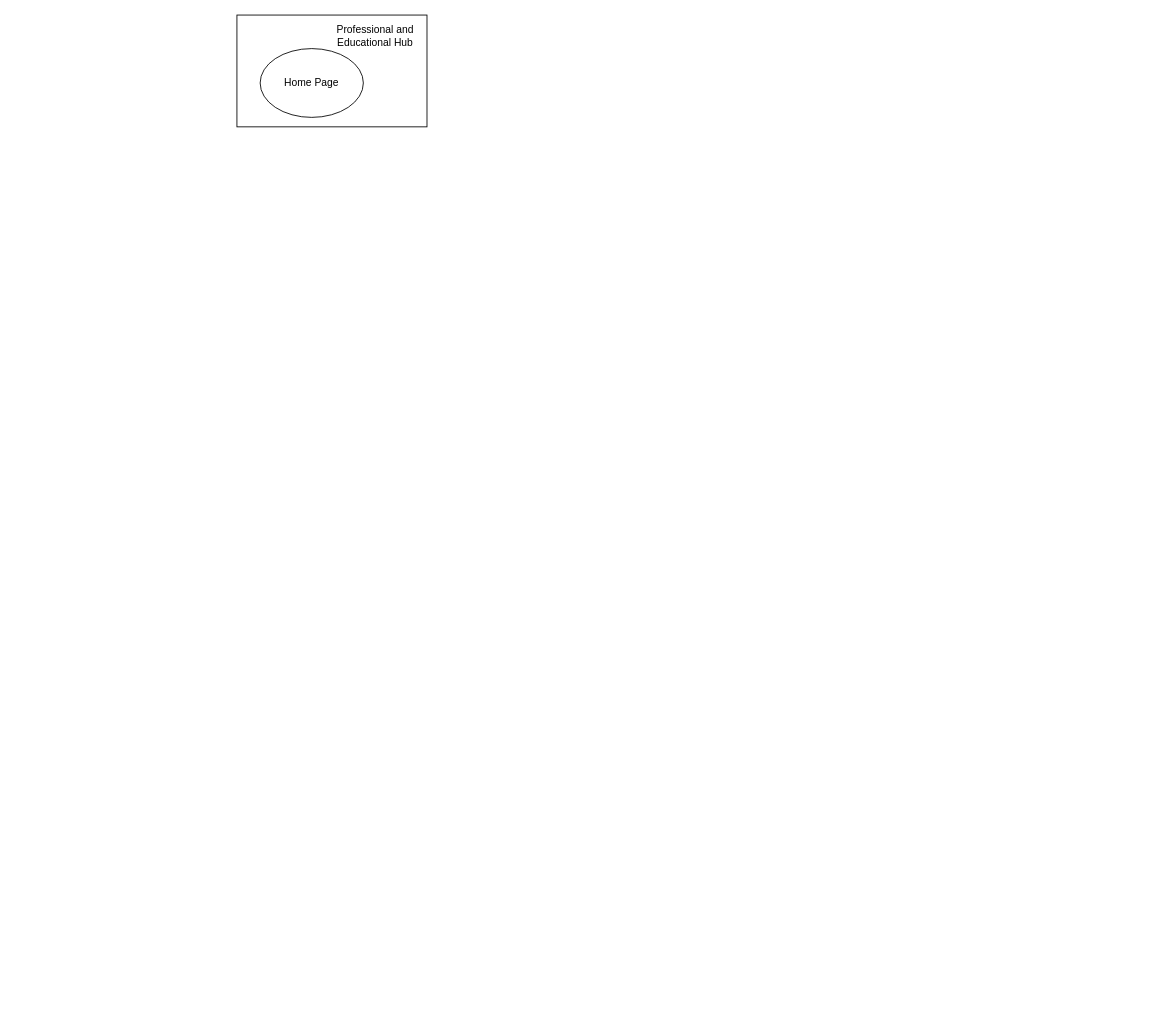
The draw.io diagram Untitled Diagram.drawio in msahid-cse/Low-level-design, before the edit. Source tidied: cells renumbered, new cells numbered last; positions are measured from the earlier drawing's top-left corner, leaving out a move shared by most shapes. Both pictures are drawn from the tidied source at 86%, with x=0, y=0 at pixel (236, 15).
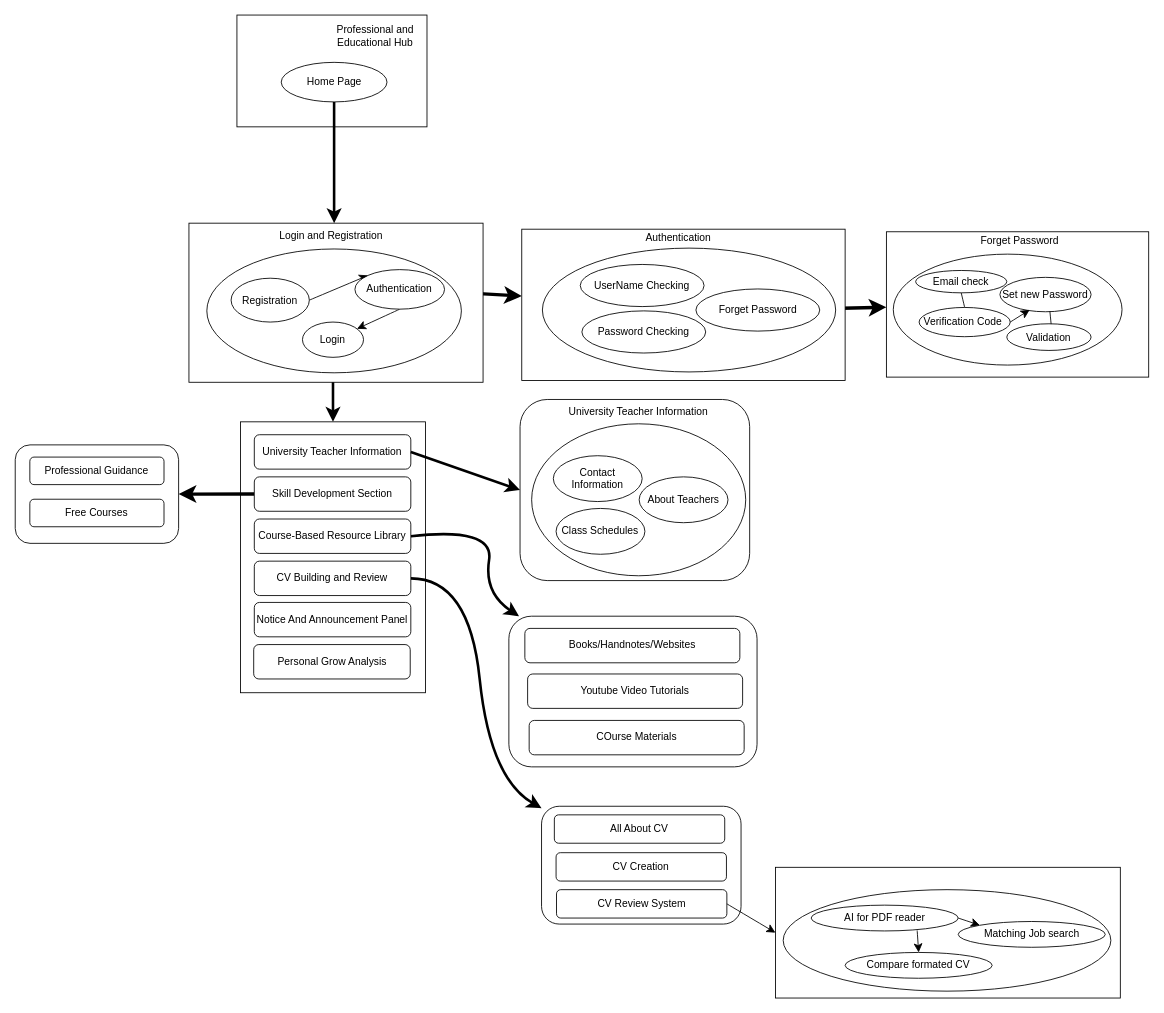
The same page after the edit.

What changed in the source:
```diff
@@
+    <mxCell id="6" style="edgeStyle=none;curved=1;rounded=0;jettySize=auto;html=1;exitX=0.5;exitY=1;exitDx=0;exitDy=0;entryX=0.5;entryY=0;entryDx=0;entryDy=0;fontSize=12;startSize=8;endSize=8;strokeWidth=3;" parent="1" edge="1" source="3" target="57">
+      <mxGeometry relative="1" as="geometry" />
+    </mxCell>
     <mxCell id="3" value="Home Page" style="ellipse;whiteSpace=wrap;html=1;" parent="1" vertex="1">
-      <mxGeometry x="27" y="39" width="120" height="80" as="geometry" />
+      <mxGeometry x="51.5" y="55" width="123" height="46" as="geometry" />
     </mxCell>
@@
+    <mxCell id="7" style="rounded=0;whiteSpace=wrap;html=1;" parent="1" vertex="1">
+      <mxGeometry x="4.2" y="473" width="215" height="315" as="geometry" />
+    </mxCell>
+    <mxCell id="8" value="University Teacher Information" style="rounded=1;whiteSpace=wrap;html=1;" parent="1" vertex="1">
+      <mxGeometry x="20.2" y="488" width="182" height="40" as="geometry" />
+    </mxCell>
+    <mxCell id="9" style="edgeStyle=none;curved=1;rounded=0;jettySize=auto;html=1;fontSize=12;startSize=8;endSize=8;strokeWidth=4;" parent="1" edge="1" source="10" target="18">
+      <mxGeometry relative="1" as="geometry" />
+    </mxCell>
+    <mxCell id="10" value="Skill Development Section" style="rounded=1;whiteSpace=wrap;html=1;" parent="1" vertex="1">
+      <mxGeometry x="20.2" y="537" width="182" height="40" as="geometry" />
+    </mxCell>
+    <mxCell id="11" style="edgeStyle=none;curved=1;rounded=0;jettySize=auto;html=1;fontSize=12;startSize=8;endSize=8;strokeWidth=3;exitX=1;exitY=0.5;exitDx=0;exitDy=0;" parent="1" edge="1" source="12" target="59">
+      <mxGeometry relative="1" as="geometry">
+        <Array as="points">
+          <mxPoint x="299.2" y="595" />
+          <mxPoint x="287.2" y="672" />
+        </Array>
+      </mxGeometry>
+    </mxCell>
+    <mxCell id="12" value="Course-Based Resource Library" style="rounded=1;whiteSpace=wrap;html=1;" parent="1" vertex="1">
+      <mxGeometry x="20.2" y="586" width="182" height="40" as="geometry" />
+    </mxCell>
+    <mxCell id="13" style="edgeStyle=none;curved=1;rounded=0;jettySize=auto;html=1;fontSize=12;startSize=8;endSize=8;strokeWidth=3;exitX=1;exitY=0.5;exitDx=0;exitDy=0;" parent="1" edge="1" source="14" target="65">
+      <mxGeometry relative="1" as="geometry">
+        <Array as="points">
+          <mxPoint x="270.2" y="655" />
+          <mxPoint x="294.2" y="888" />
+        </Array>
+      </mxGeometry>
+    </mxCell>
+    <mxCell id="14" value="CV Building and Review" style="rounded=1;whiteSpace=wrap;html=1;" parent="1" vertex="1">
+      <mxGeometry x="20.2" y="635" width="182" height="40" as="geometry" />
+    </mxCell>
+    <mxCell id="15" value="Notice And Announcement Panel" style="rounded=1;whiteSpace=wrap;html=1;" parent="1" vertex="1">
+      <mxGeometry x="20.2" y="683" width="182" height="40" as="geometry" />
+    </mxCell>
+    <mxCell id="16" style="edgeStyle=none;curved=1;rounded=0;jettySize=auto;html=1;exitX=0.5;exitY=1;exitDx=0;exitDy=0;entryX=0.5;entryY=0;entryDx=0;entryDy=0;fontSize=12;startSize=8;endSize=8;strokeWidth=3;" parent="1" edge="1" source="52" target="7">
+      <mxGeometry relative="1" as="geometry" />
+    </mxCell>
+    <mxCell id="17" style="edgeStyle=none;curved=1;rounded=0;jettySize=auto;html=1;fontSize=12;startSize=8;endSize=8;strokeWidth=4;" parent="1" edge="1" source="56" target="32">
+      <mxGeometry relative="1" as="geometry" />
+    </mxCell>
+    <mxCell id="18" style="whiteSpace=wrap;html=1;rounded=1;" parent="1" vertex="1">
+      <mxGeometry x="-257.8" y="499.8" width="190" height="114.5" as="geometry" />
+    </mxCell>
+    <mxCell id="19" value="Professional Guidance" style="rounded=1;whiteSpace=wrap;html=1;" parent="1" vertex="1">
+      <mxGeometry x="-240.8" y="514" width="156" height="32" as="geometry" />
+    </mxCell>
+    <mxCell id="20" value="Free Courses" style="rounded=1;whiteSpace=wrap;html=1;" parent="1" vertex="1">
+      <mxGeometry x="-240.8" y="563" width="156" height="32" as="geometry" />
+    </mxCell>
+    <mxCell id="21" value="Personal Grow Analysis" style="rounded=1;whiteSpace=wrap;html=1;" parent="1" vertex="1">
+      <mxGeometry x="19.5" y="732" width="182" height="40" as="geometry" />
+    </mxCell>
+    <mxCell id="22" style="group;" parent="1" vertex="1">
+      <mxGeometry x="329.2" y="447" width="267" height="210.6" as="geometry" />
+    </mxCell>
+    <mxCell id="23" style="rounded=1;whiteSpace=wrap;html=1;" parent="22" vertex="1">
+      <mxGeometry width="267" height="210.6" as="geometry" />
+    </mxCell>
+    <mxCell id="24" style="group;" parent="22" vertex="1">
+      <mxGeometry x="13.5" y="2" width="248.9" height="203" as="geometry" />
+    </mxCell>
+    <mxCell id="25" style="ellipse;whiteSpace=wrap;html=1;" parent="24" vertex="1">
+      <mxGeometry y="26.3" width="248.9" height="176.7" as="geometry" />
+    </mxCell>
+    <mxCell id="26" value="University Teacher Information" style="text;html=1;align=center;verticalAlign=middle;whiteSpace=wrap;rounded=0;" parent="24" vertex="1">
+      <mxGeometry x="36.2" width="176.4" height="24.2" as="geometry" />
+    </mxCell>
+    <mxCell id="27" value="Contact Information" style="ellipse;whiteSpace=wrap;html=1;" parent="24" vertex="1">
+      <mxGeometry x="25.2" y="63.4" width="103.3" height="53.3" as="geometry" />
+    </mxCell>
+    <mxCell id="28" value="About Teachers" style="ellipse;whiteSpace=wrap;html=1;" parent="24" vertex="1">
+      <mxGeometry x="125" y="88" width="103.3" height="53.3" as="geometry" />
+    </mxCell>
+    <mxCell id="29" value="Class Schedules" style="ellipse;whiteSpace=wrap;html=1;" parent="24" vertex="1">
+      <mxGeometry x="28.4" y="124.7" width="103.3" height="53.3" as="geometry" />
+    </mxCell>
+    <mxCell id="30" style="edgeStyle=none;curved=1;rounded=0;jettySize=auto;html=1;fontSize=12;startSize=8;endSize=8;strokeColor=default;strokeWidth=4;" parent="1" edge="1" source="36" target="39">
+      <mxGeometry relative="1" as="geometry" />
+    </mxCell>
+    <mxCell id="31" style="group;" parent="1" vertex="1">
+      <mxGeometry x="331.2" y="244" width="376" height="181" as="geometry" />
+    </mxCell>
+    <mxCell id="32" style="whiteSpace=wrap;html=1;" parent="31" vertex="1">
+      <mxGeometry y="5" width="376" height="176" as="geometry" />
+    </mxCell>
+    <mxCell id="33" style="ellipse;whiteSpace=wrap;html=1;" parent="31" vertex="1">
+      <mxGeometry x="24" y="27" width="341" height="144" as="geometry" />
+    </mxCell>
+    <mxCell id="34" value="UserName Checking" style="ellipse;whiteSpace=wrap;html=1;" parent="31" vertex="1">
+      <mxGeometry x="68" y="46" width="144" height="49" as="geometry" />
+    </mxCell>
+    <mxCell id="35" value="Password Checking" style="ellipse;whiteSpace=wrap;html=1;" parent="31" vertex="1">
+      <mxGeometry x="69.9" y="100" width="144" height="49" as="geometry" />
+    </mxCell>
+    <mxCell id="36" value="Forget Password" style="ellipse;whiteSpace=wrap;html=1;" parent="31" vertex="1">
+      <mxGeometry x="202.5" y="74.5" width="144" height="49" as="geometry" />
+    </mxCell>
+    <mxCell id="37" value="Authentication" style="text;html=1;align=center;verticalAlign=middle;whiteSpace=wrap;rounded=0;" parent="31" vertex="1">
+      <mxGeometry x="133" width="99" height="30" as="geometry" />
+    </mxCell>
+    <mxCell id="38" style="group;" parent="1" vertex="1">
+      <mxGeometry x="755.2" y="248" width="305" height="173" as="geometry" />
+    </mxCell>
+    <mxCell id="39" style="whiteSpace=wrap;html=1;" parent="38" vertex="1">
+      <mxGeometry y="4" width="305" height="169" as="geometry" />
+    </mxCell>
+    <mxCell id="40" style="ellipse;whiteSpace=wrap;html=1;" parent="38" vertex="1">
+      <mxGeometry x="8" y="30" width="266" height="129" as="geometry" />
+    </mxCell>
+    <mxCell id="41" value="Email check" style="ellipse;whiteSpace=wrap;html=1;" parent="38" vertex="1">
+      <mxGeometry x="34" y="49" width="106" height="26" as="geometry" />
+    </mxCell>
+    <mxCell id="42" value="Verification Code&amp;nbsp;" style="ellipse;whiteSpace=wrap;html=1;" parent="38" vertex="1">
+      <mxGeometry x="38" y="92" width="106" height="34" as="geometry" />
+    </mxCell>
+    <mxCell id="43" value="Set new Password" style="ellipse;whiteSpace=wrap;html=1;" parent="38" vertex="1">
+      <mxGeometry x="132" y="57" width="106" height="40" as="geometry" />
+    </mxCell>
+    <mxCell id="44" value="Validation" style="ellipse;whiteSpace=wrap;html=1;" parent="38" vertex="1">
+      <mxGeometry x="140" y="111" width="98" height="31" as="geometry" />
+    </mxCell>
+    <mxCell id="45" style="endArrow=none;html=1;rounded=0;fontSize=12;startSize=8;endSize=8;curved=1;exitX=0.5;exitY=0;exitDx=0;exitDy=0;entryX=0.5;entryY=1;entryDx=0;entryDy=0;" parent="38" edge="1" source="42" target="41">
+      <mxGeometry relative="1" as="geometry" />
+    </mxCell>
+    <mxCell id="46" style="endArrow=classic;html=1;rounded=0;fontSize=12;startSize=8;endSize=8;curved=1;exitX=1;exitY=0.5;exitDx=0;exitDy=0;entryX=0.327;entryY=0.944;entryDx=0;entryDy=0;entryPerimeter=0;" parent="38" edge="1" source="42" target="43">
+      <mxGeometry relative="1" as="geometry" />
+    </mxCell>
+    <mxCell id="47" style="endArrow=none;html=1;rounded=0;fontSize=12;startSize=8;endSize=8;curved=1;entryX=0.548;entryY=0.986;entryDx=0;entryDy=0;entryPerimeter=0;exitX=0.526;exitY=0.012;exitDx=0;exitDy=0;exitPerimeter=0;" parent="38" edge="1" source="44" target="43">
+      <mxGeometry relative="1" as="geometry" />
+    </mxCell>
+    <mxCell id="48" value="Forget Password" style="text;html=1;align=center;verticalAlign=middle;whiteSpace=wrap;rounded=0;" parent="38" vertex="1">
+      <mxGeometry x="106" width="99" height="30" as="geometry" />
+    </mxCell>
+    <mxCell id="49" style="group;" parent="1" vertex="1">
+      <mxGeometry x="-55.8" y="242" width="342" height="185" as="geometry" />
+    </mxCell>
+    <mxCell id="50" style="rounded=0;whiteSpace=wrap;html=1;" parent="49" vertex="1">
+      <mxGeometry width="342" height="185" as="geometry" />
+    </mxCell>
+    <mxCell id="51" style="ellipse;whiteSpace=wrap;html=1;" parent="49" vertex="1">
+      <mxGeometry x="20.8" y="30" width="296" height="144" as="geometry" />
+    </mxCell>
+    <mxCell id="52" value="Login" style="ellipse;whiteSpace=wrap;html=1;" parent="49" vertex="1">
+      <mxGeometry x="132" y="115" width="71" height="41" as="geometry" />
+    </mxCell>
+    <mxCell id="53" style="edgeStyle=none;curved=1;rounded=0;jettySize=auto;html=1;exitX=1;exitY=0.5;exitDx=0;exitDy=0;entryX=0;entryY=0;entryDx=0;entryDy=0;fontSize=12;startSize=8;endSize=8;" parent="49" edge="1" source="54" target="56">
+      <mxGeometry relative="1" as="geometry" />
+    </mxCell>
+    <mxCell id="54" value="Registration" style="ellipse;whiteSpace=wrap;html=1;" parent="49" vertex="1">
+      <mxGeometry x="49" y="64" width="91" height="51" as="geometry" />
+    </mxCell>
+    <mxCell id="55" style="edgeStyle=none;curved=1;rounded=0;jettySize=auto;html=1;exitX=0.5;exitY=1;exitDx=0;exitDy=0;fontSize=12;startSize=8;endSize=8;" parent="49" edge="1" source="56" target="52">
+      <mxGeometry relative="1" as="geometry" />
+    </mxCell>
+    <mxCell id="56" value="Authentication" style="ellipse;whiteSpace=wrap;html=1;" parent="49" vertex="1">
+      <mxGeometry x="193" y="54" width="104.2" height="46" as="geometry" />
+    </mxCell>
+    <mxCell id="57" value="Login and Registration&amp;nbsp;&amp;nbsp;" style="text;html=1;align=center;verticalAlign=middle;whiteSpace=wrap;rounded=0;" parent="49" vertex="1">
+      <mxGeometry x="103.8" width="130" height="30" as="geometry" />
+    </mxCell>
+    <mxCell id="58" style="group;" parent="1" vertex="1">
+      <mxGeometry x="316.2" y="699" width="288.6" height="175.2" as="geometry" />
+    </mxCell>
+    <mxCell id="59" style="whiteSpace=wrap;html=1;rounded=1;" parent="58" vertex="1">
+      <mxGeometry width="288.6" height="175.2" as="geometry" />
+    </mxCell>
+    <mxCell id="60" style="group;" parent="58" vertex="1">
+      <mxGeometry x="18.6" y="14.2" width="255" height="147" as="geometry" />
+    </mxCell>
+    <mxCell id="61" value="Books/Handnotes/Websites" style="rounded=1;whiteSpace=wrap;html=1;" parent="60" vertex="1">
+      <mxGeometry width="250" height="40" as="geometry" />
+    </mxCell>
+    <mxCell id="62" value="Youtube Video Tutorials" style="rounded=1;whiteSpace=wrap;html=1;" parent="60" vertex="1">
+      <mxGeometry x="3.2" y="53" width="250" height="40" as="geometry" />
+    </mxCell>
+    <mxCell id="63" value="COurse Materials" style="rounded=1;whiteSpace=wrap;html=1;" parent="60" vertex="1">
+      <mxGeometry x="5" y="107" width="250" height="40" as="geometry" />
+    </mxCell>
+    <mxCell id="64" style="group;" parent="1" vertex="1">
+      <mxGeometry x="354.2" y="920" width="232" height="137" as="geometry" />
+    </mxCell>
+    <mxCell id="65" style="whiteSpace=wrap;html=1;rounded=1;" parent="64" vertex="1">
+      <mxGeometry width="232" height="137" as="geometry" />
+    </mxCell>
+    <mxCell id="66" value="All About CV" style="rounded=1;whiteSpace=wrap;html=1;" parent="64" vertex="1">
+      <mxGeometry x="14.9" y="10" width="198.1" height="33" as="geometry" />
+    </mxCell>
+    <mxCell id="67" value="CV Creation" style="rounded=1;whiteSpace=wrap;html=1;" parent="64" vertex="1">
+      <mxGeometry x="16.9" y="54" width="198.1" height="33" as="geometry" />
+    </mxCell>
+    <mxCell id="68" value="CV Review System" style="rounded=1;whiteSpace=wrap;html=1;" parent="64" vertex="1">
+      <mxGeometry x="17.4" y="97" width="198.1" height="33" as="geometry" />
+    </mxCell>
+    <mxCell id="69" style="curved=1;endArrow=classic;html=1;rounded=0;fontSize=12;startSize=8;endSize=8;exitX=1;exitY=0.5;exitDx=0;exitDy=0;entryX=0;entryY=0.5;entryDx=0;entryDy=0;strokeWidth=3;" parent="1" edge="1" source="8" target="23">
+      <mxGeometry relative="1" as="geometry" />
+    </mxCell>
+    <mxCell id="70" style="edgeStyle=none;curved=1;rounded=0;jettySize=auto;html=1;fontSize=12;startSize=8;endSize=8;entryX=0;entryY=0.5;entryDx=0;entryDy=0;exitX=1;exitY=0.5;exitDx=0;exitDy=0;" parent="1" edge="1" source="68" target="71">
+      <mxGeometry relative="1" as="geometry" />
+    </mxCell>
+    <mxCell id="71" style="rounded=0;whiteSpace=wrap;html=1;" parent="1" vertex="1">
+      <mxGeometry x="626.2" y="991" width="401" height="152" as="geometry" />
+    </mxCell>
+    <mxCell id="72" style="ellipse;whiteSpace=wrap;html=1;" parent="1" vertex="1">
+      <mxGeometry x="635.2" y="1017" width="381" height="118" as="geometry" />
+    </mxCell>
+    <mxCell id="73" style="edgeStyle=none;curved=1;rounded=0;jettySize=auto;html=1;exitX=1;exitY=0.5;exitDx=0;exitDy=0;entryX=0;entryY=0;entryDx=0;entryDy=0;fontSize=12;startSize=8;endSize=8;" parent="1" edge="1" source="75" target="77">
+      <mxGeometry relative="1" as="geometry" />
+    </mxCell>
+    <mxCell id="74" style="edgeStyle=none;curved=1;rounded=0;jettySize=auto;html=1;exitX=0.721;exitY=0.981;exitDx=0;exitDy=0;entryX=0.5;entryY=0;entryDx=0;entryDy=0;fontSize=12;startSize=8;endSize=8;exitPerimeter=0;" parent="1" edge="1" source="75" target="76">
+      <mxGeometry relative="1" as="geometry" />
+    </mxCell>
+    <mxCell id="75" value="AI for PDF reader" style="ellipse;whiteSpace=wrap;html=1;" parent="1" vertex="1">
+      <mxGeometry x="667.7" y="1035" width="171" height="30" as="geometry" />
+    </mxCell>
+    <mxCell id="76" value="Compare formated CV" style="ellipse;whiteSpace=wrap;html=1;" parent="1" vertex="1">
+      <mxGeometry x="707.2" y="1090" width="171" height="30" as="geometry" />
+    </mxCell>
+    <mxCell id="77" value="Matching Job search" style="ellipse;whiteSpace=wrap;html=1;" parent="1" vertex="1">
+      <mxGeometry x="838.7" y="1054" width="171" height="30" as="geometry" />
+    </mxCell>
```
